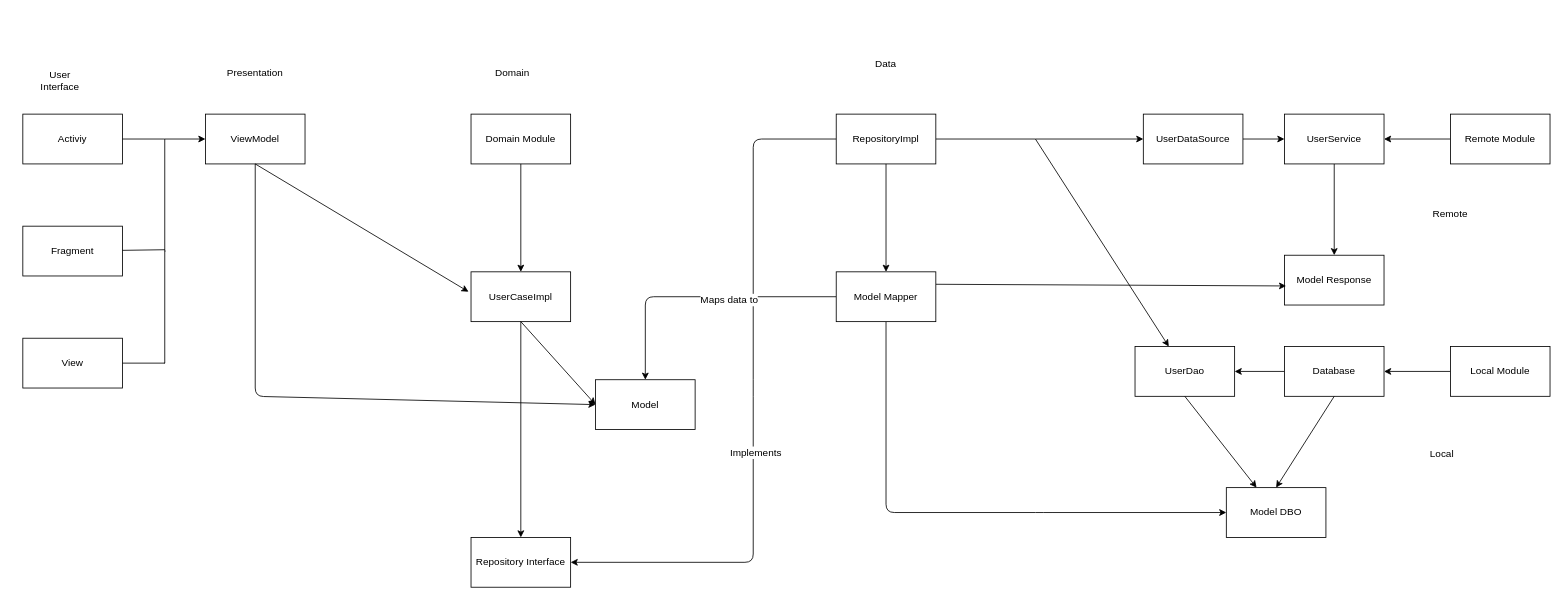
Earlier version of the draw.io diagram Untitled Diagram.drawio (vancuong0429/MultipleModule). Source tidied: cells renumbered, new cells numbered last; positions are measured from the earlier drawing's top-left corner, leaving out a move shared by most shapes. Both pictures are drawn from the tidied source at 83%, with x=0, y=0 at pixel (22, 56). Pictures stored in the file or linked from it are replaced by grey dashed boxes.
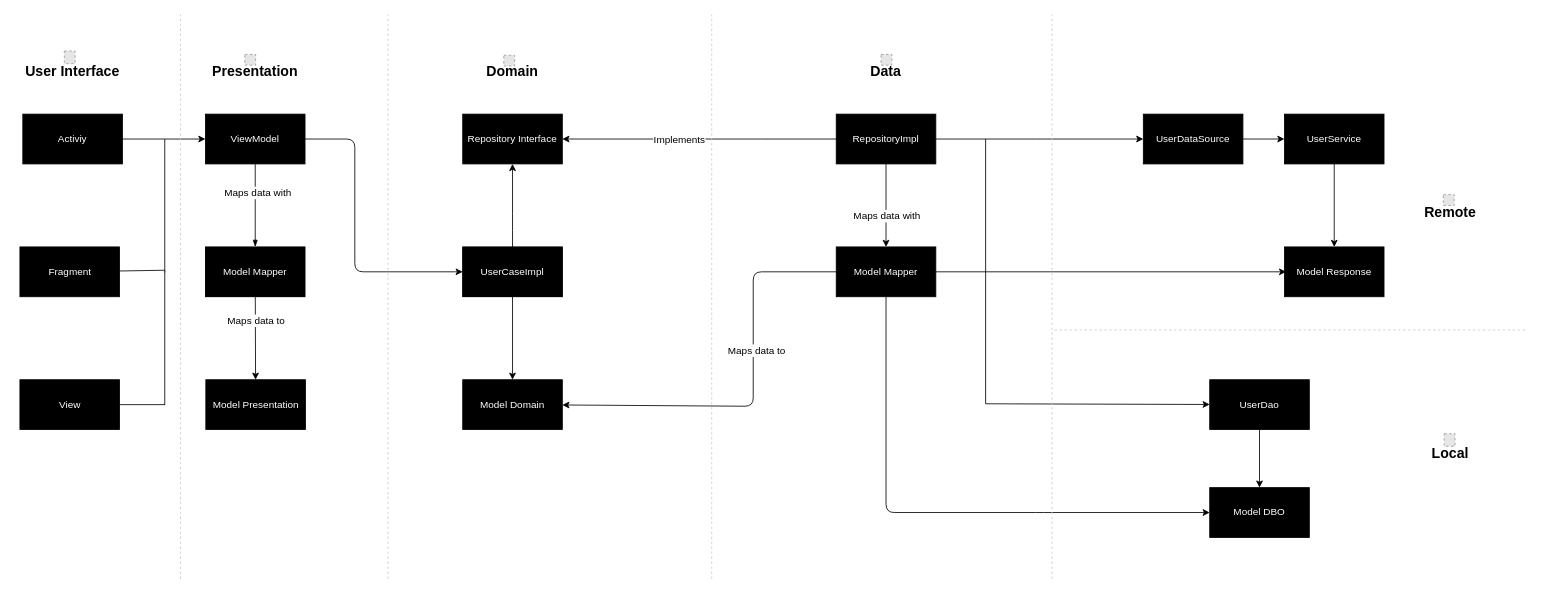
After the change.

Commit message:
Finish diagram multimodule

The change refers to these unchanged cells:
```xml
<mxCell id="40" style="endArrow=classic;html=1;exitX=0.5;exitY=1;exitDx=0;exitDy=0;entryX=0.5;entryY=0;entryDx=0;entryDy=0;" parent="1" edge="1" source="38" target="39">
  <mxGeometry relative="1" as="geometry" />
</mxCell>
```

Diff of the diagram source:
```diff
@@
-    <mxCell id="3" value="UserDataSource" style="rounded=0;whiteSpace=wrap;html=1;" parent="1" vertex="1">
+    <mxCell id="3" value="&lt;font color=&quot;#ffffff&quot;&gt;UserDataSource&lt;/font&gt;" style="rounded=0;whiteSpace=wrap;html=1;fillColor=#000000;" parent="1" vertex="1">
       <mxGeometry x="1350" y="70" width="120" height="60" as="geometry" />
     </mxCell>
@@
-    <mxCell id="5" value="UserService" style="rounded=0;whiteSpace=wrap;html=1;" parent="1" vertex="1">
+    <mxCell id="5" value="&lt;font color=&quot;#ffffff&quot;&gt;UserService&lt;/font&gt;" style="rounded=0;whiteSpace=wrap;html=1;fillColor=#000000;" parent="1" vertex="1">
       <mxGeometry x="1520" y="70" width="120" height="60" as="geometry" />
     </mxCell>
-    <mxCell id="6" value="Model Response" style="rounded=0;whiteSpace=wrap;html=1;" parent="1" vertex="1">
-      <mxGeometry x="1520" y="240" width="120" height="60" as="geometry" />
+    <mxCell id="6" value="&lt;font color=&quot;#ffffff&quot;&gt;Model Response&lt;/font&gt;" style="rounded=0;whiteSpace=wrap;html=1;fillColor=#000000;" parent="1" vertex="1">
+      <mxGeometry x="1520" y="230" width="120" height="60" as="geometry" />
     </mxCell>
-    <mxCell id="7" style="edgeStyle=orthogonalEdgeStyle;rounded=0;jettySize=auto;html=1;" parent="1" edge="1" source="8" target="5">
-      <mxGeometry relative="1" as="geometry" />
-    </mxCell>
-    <mxCell id="8" value="Remote Module" style="rounded=0;whiteSpace=wrap;html=1;" parent="1" vertex="1">
-      <mxGeometry x="1720" y="70" width="120" height="60" as="geometry" />
-    </mxCell>
-    <mxCell id="9" value="Remote" style="text;html=1;strokeColor=none;fillColor=none;align=center;verticalAlign=middle;whiteSpace=wrap;rounded=0;" parent="1" vertex="1">
+    <mxCell id="9" value="Remote" style="text;html=1;strokeColor=none;fillColor=none;align=center;verticalAlign=middle;whiteSpace=wrap;rounded=0;fontSize=17;fontStyle=1;" parent="1" vertex="1">
       <mxGeometry x="1700" y="180" width="40" height="20" as="geometry" />
     </mxCell>
-    <mxCell id="10" value="Local" style="text;html=1;strokeColor=none;fillColor=none;align=center;verticalAlign=middle;whiteSpace=wrap;rounded=0;" parent="1" vertex="1">
-      <mxGeometry x="1690" y="470" width="40" height="20" as="geometry" />
+    <mxCell id="10" value="Local" style="text;html=1;strokeColor=none;fillColor=none;align=center;verticalAlign=middle;whiteSpace=wrap;rounded=0;fontStyle=1;fontSize=17;" parent="1" vertex="1">
+      <mxGeometry x="1700" y="470" width="40" height="20" as="geometry" />
     </mxCell>
-    <mxCell id="11" value="Model DBO" style="rounded=0;whiteSpace=wrap;html=1;" parent="1" vertex="1">
-      <mxGeometry x="1450" y="520" width="120" height="60" as="geometry" />
+    <mxCell id="11" value="&lt;font color=&quot;#ffffff&quot;&gt;Model DBO&lt;/font&gt;" style="rounded=0;whiteSpace=wrap;html=1;fillColor=#000000;" parent="1" vertex="1">
+      <mxGeometry x="1430" y="520" width="120" height="60" as="geometry" />
     </mxCell>
-    <mxCell id="12" style="edgeStyle=orthogonalEdgeStyle;rounded=0;jettySize=auto;html=1;" parent="1" edge="1" source="13" target="42">
-      <mxGeometry relative="1" as="geometry" />
-    </mxCell>
-    <mxCell id="13" value="Local Module" style="rounded=0;whiteSpace=wrap;html=1;" parent="1" vertex="1">
-      <mxGeometry x="1720" y="350" width="120" height="60" as="geometry" />
-    </mxCell>
-    <mxCell id="14" style="edgeStyle=orthogonalEdgeStyle;rounded=0;jettySize=auto;html=1;" parent="1" edge="1" source="42" target="15">
-      <mxGeometry relative="1" as="geometry" />
-    </mxCell>
+    <mxCell id="16" style="edgeStyle=none;rounded=0;jumpStyle=sharp;jumpSize=0;jettySize=auto;html=1;startArrow=none;startFill=0;endArrow=classic;endFill=1;strokeColor=#000000;" parent="1" edge="1" source="15" target="11">
+      <mxGeometry relative="1" as="geometry" />
+    </mxCell>
-    <mxCell id="15" value="UserDao" style="rounded=0;whiteSpace=wrap;html=1;" parent="1" vertex="1">
-      <mxGeometry x="1340" y="350" width="120" height="60" as="geometry" />
+    <mxCell id="15" value="&lt;font color=&quot;#ffffff&quot;&gt;UserDao&lt;/font&gt;" style="rounded=0;whiteSpace=wrap;html=1;fillColor=#000000;" parent="1" vertex="1">
+      <mxGeometry x="1430" y="390" width="120" height="60" as="geometry" />
     </mxCell>
-    <mxCell id="16" style="endArrow=classic;html=1;exitX=0.5;exitY=1;exitDx=0;exitDy=0;" parent="1" edge="1" source="15" target="11">
-      <mxGeometry relative="1" as="geometry" />
-    </mxCell>
@@
     <mxCell id="19" style="rounded=0;jettySize=auto;html=1;" parent="1" edge="1" target="15">
       <mxGeometry relative="1" as="geometry">
-        <mxPoint x="1220" y="100" as="sourcePoint" />
+        <mxPoint x="1160" y="100" as="sourcePoint" />
+        <Array as="points">
+          <mxPoint x="1160" y="419" />
+        </Array>
       </mxGeometry>
     </mxCell>
@@
-    <mxCell id="21" value="Repository Interface" style="rounded=0;whiteSpace=wrap;html=1;strokeWidth=1;" parent="1" vertex="1">
-      <mxGeometry x="540" y="580" width="120" height="60" as="geometry" />
-    </mxCell>
-    <mxCell id="22" value="Model" style="rounded=0;whiteSpace=wrap;html=1;strokeWidth=1;" parent="1" vertex="1">
-      <mxGeometry x="690" y="390" width="120" height="60" as="geometry" />
-    </mxCell>
     <mxCell id="23" style="endArrow=classic;html=1;exitX=0;exitY=0.5;exitDx=0;exitDy=0;" parent="1" edge="1" source="38" target="21">
       <mxGeometry relative="1" as="geometry">
         <Array as="points">
           <mxPoint x="880" y="100" />
-          <mxPoint x="880" y="400" />
-          <mxPoint x="880" y="610" />
+          <mxPoint x="790" y="100" />
         </Array>
       </mxGeometry>
     </mxCell>
     <mxCell id="24" value="Implements" style="text;html=1;align=center;verticalAlign=middle;labelBackgroundColor=#ffffff;" parent="23" vertex="1">
-      <mxGeometry x="0.15" y="2" relative="1" as="geometry" />
+      <mxGeometry x="0.15" y="2" relative="1" as="geometry">
+        <mxPoint y="-2" as="offset" />
+      </mxGeometry>
     </mxCell>
     <mxCell id="25" style="endArrow=classic;html=1;exitX=0;exitY=0.5;exitDx=0;exitDy=0;" parent="1" edge="1" source="39" target="22">
       <mxGeometry relative="1" as="geometry">
         <Array as="points">
-          <mxPoint x="750" y="290" />
+          <mxPoint x="880" y="260" />
+          <mxPoint x="880" y="422" />
         </Array>
       </mxGeometry>
     </mxCell>
@@
-    <mxCell id="27" value="Domain" style="text;html=1;strokeColor=none;fillColor=none;align=center;verticalAlign=middle;whiteSpace=wrap;rounded=0;" parent="1" vertex="1">
+    <mxCell id="27" value="Domain" style="text;html=1;strokeColor=none;fillColor=none;align=center;verticalAlign=middle;whiteSpace=wrap;rounded=0;fontStyle=1;fontSize=17;" parent="1" vertex="1">
       <mxGeometry x="570" y="10" width="40" height="20" as="geometry" />
     </mxCell>
-    <mxCell id="28" style="endArrow=classic;html=1;exitX=1;exitY=0.25;exitDx=0;exitDy=0;entryX=0.017;entryY=0.617;entryDx=0;entryDy=0;entryPerimeter=0;" parent="1" edge="1" source="39" target="6">
+    <mxCell id="28" style="endArrow=classic;html=1;exitX=1;exitY=0.5;exitDx=0;exitDy=0;entryX=0.017;entryY=0.5;entryDx=0;entryDy=0;entryPerimeter=0;" parent="1" edge="1" source="39" target="6">
       <mxGeometry relative="1" as="geometry" />
     </mxCell>
@@
-    <mxCell id="30" style="group;" parent="1" vertex="1">
-      <mxGeometry x="540" y="70" width="120" height="60" as="geometry" />
-    </mxCell>
-    <mxCell id="31" value="Domain Module" style="rounded=0;whiteSpace=wrap;html=1;strokeWidth=1;" parent="30" vertex="1">
-      <mxGeometry width="120" height="60" as="geometry" />
-    </mxCell>
-    <mxCell id="32" style="endArrow=classic;html=1;" parent="30" edge="1" target="35">
-      <mxGeometry relative="1" as="geometry">
-        <mxPoint x="60" y="60" as="sourcePoint" />
-      </mxGeometry>
-    </mxCell>
-    <mxCell id="33" style="group;" parent="1" vertex="1">
-      <mxGeometry x="540" y="260" width="120" height="60" as="geometry" />
-    </mxCell>
-    <mxCell id="34" style="group;" parent="33" vertex="1">
-      <mxGeometry width="120" height="60" as="geometry" />
-    </mxCell>
-    <mxCell id="35" value="UserCaseImpl" style="rounded=0;whiteSpace=wrap;html=1;strokeWidth=1;" parent="34" vertex="1">
-      <mxGeometry width="120" height="60" as="geometry" />
-    </mxCell>
-    <mxCell id="36" style="endArrow=classic;html=1;" parent="1" edge="1" source="35" target="21">
-      <mxGeometry relative="1" as="geometry" />
+    <mxCell id="36" style="endArrow=classic;html=1;exitX=0.5;exitY=0;exitDx=0;exitDy=0;entryX=0.5;entryY=1;entryDx=0;entryDy=0;" parent="1" edge="1" source="35" target="21">
+      <mxGeometry relative="1" as="geometry">
+        <Array as="points">
+          <mxPoint x="590" y="200" />
+        </Array>
+      </mxGeometry>
     </mxCell>
-    <mxCell id="37" style="endArrow=classic;html=1;entryX=0;entryY=0.5;entryDx=0;entryDy=0;" parent="1" edge="1" target="22">
-      <mxGeometry relative="1" as="geometry">
-        <mxPoint x="600" y="320" as="sourcePoint" />
-      </mxGeometry>
+    <mxCell id="37" style="endArrow=classic;html=1;entryX=0.5;entryY=0;entryDx=0;entryDy=0;exitX=0.5;exitY=1;exitDx=0;exitDy=0;" parent="1" edge="1" source="35" target="22">
+      <mxGeometry relative="1" as="geometry" />
     </mxCell>
-    <mxCell id="38" value="RepositoryImpl" style="rounded=0;whiteSpace=wrap;html=1;" parent="1" vertex="1">
-      <mxGeometry x="980" y="70" width="120" height="60" as="geometry" />
-    </mxCell>
-    <mxCell id="39" value="Model Mapper" style="rounded=0;whiteSpace=wrap;html=1;" parent="1" vertex="1">
-      <mxGeometry x="980" y="260" width="120" height="60" as="geometry" />
+    <mxCell id="39" value="&lt;font color=&quot;#ffffff&quot;&gt;Model Mapper&lt;/font&gt;" style="rounded=0;whiteSpace=wrap;html=1;fillColor=#000000;" parent="1" vertex="1">
+      <mxGeometry x="980" y="230" width="120" height="60" as="geometry" />
     </mxCell>
@@
-    <mxCell id="41" style="group;" parent="1" vertex="1">
-      <mxGeometry x="1520" y="350" width="120" height="60" as="geometry" />
-    </mxCell>
-    <mxCell id="42" value="Database" style="rounded=0;whiteSpace=wrap;html=1;" parent="41" vertex="1">
-      <mxGeometry width="120" height="60" as="geometry" />
-    </mxCell>
-    <mxCell id="43" style="endArrow=classic;html=1;exitX=0.5;exitY=1;exitDx=0;exitDy=0;entryX=0.5;entryY=0;entryDx=0;entryDy=0;" parent="41" edge="1" source="42" target="11">
-      <mxGeometry relative="1" as="geometry" />
-    </mxCell>
-    <mxCell id="44" value="ViewModel" style="rounded=0;whiteSpace=wrap;html=1;strokeWidth=1;" parent="1" vertex="1">
-      <mxGeometry x="220" y="70" width="120" height="60" as="geometry" />
-    </mxCell>
+    <mxCell id="59" value="Maps data with" style="text;html=1;align=center;verticalAlign=middle;labelBackgroundColor=#ffffff;" parent="40" vertex="1">
+      <mxGeometry x="0.23" relative="1" as="geometry" />
+    </mxCell>
-    <mxCell id="45" style="endArrow=classic;html=1;exitX=0.5;exitY=1;exitDx=0;exitDy=0;entryX=-0.025;entryY=0.4;entryDx=0;entryDy=0;entryPerimeter=0;" parent="1" edge="1" source="44" target="35">
-      <mxGeometry relative="1" as="geometry" />
+    <mxCell id="45" style="endArrow=classic;html=1;exitX=1;exitY=0.5;exitDx=0;exitDy=0;entryX=0;entryY=0.5;entryDx=0;entryDy=0;" parent="1" edge="1" source="44" target="35">
+      <mxGeometry relative="1" as="geometry">
+        <Array as="points">
+          <mxPoint x="400" y="100" />
+          <mxPoint x="400" y="260" />
+        </Array>
+      </mxGeometry>
     </mxCell>
-    <mxCell id="46" style="endArrow=classic;html=1;exitX=0.5;exitY=1;exitDx=0;exitDy=0;entryX=0;entryY=0.5;entryDx=0;entryDy=0;" parent="1" edge="1" source="44" target="22">
-      <mxGeometry relative="1" as="geometry">
-        <Array as="points">
-          <mxPoint x="280" y="410" />
-        </Array>
-      </mxGeometry>
-    </mxCell>
-    <mxCell id="47" value="Data" style="text;html=1;strokeColor=none;fillColor=none;align=center;verticalAlign=middle;whiteSpace=wrap;rounded=0;" parent="1" vertex="1">
-      <mxGeometry x="1020" width="40" height="20" as="geometry" />
+    <mxCell id="47" value="Data" style="text;html=1;strokeColor=none;fillColor=none;align=center;verticalAlign=middle;whiteSpace=wrap;rounded=0;fontStyle=1;fontSize=17;" parent="1" vertex="1">
+      <mxGeometry x="1020" y="10" width="40" height="20" as="geometry" />
     </mxCell>
-    <mxCell id="48" value="Presentation" style="text;html=1;strokeColor=none;fillColor=none;align=center;verticalAlign=middle;whiteSpace=wrap;rounded=0;" parent="1" vertex="1">
+    <mxCell id="48" value="Presentation" style="text;html=1;strokeColor=none;fillColor=none;align=center;verticalAlign=middle;whiteSpace=wrap;rounded=0;fontStyle=1;fontSize=17;" parent="1" vertex="1">
       <mxGeometry x="260" y="10" width="40" height="20" as="geometry" />
     </mxCell>
-    <mxCell id="49" value="Activiy" style="rounded=0;whiteSpace=wrap;html=1;strokeWidth=1;" parent="1" vertex="1">
+    <mxCell id="49" value="&lt;font color=&quot;#ffffff&quot;&gt;Activiy&lt;/font&gt;" style="rounded=0;whiteSpace=wrap;html=1;strokeWidth=1;fillColor=#000000;" parent="1" vertex="1">
       <mxGeometry y="70" width="120" height="60" as="geometry" />
     </mxCell>
-    <mxCell id="50" value="Fragment" style="rounded=0;whiteSpace=wrap;html=1;strokeWidth=1;" parent="1" vertex="1">
-      <mxGeometry y="205" width="120" height="60" as="geometry" />
+    <mxCell id="50" value="&lt;font color=&quot;#ffffff&quot;&gt;Fragment&lt;/font&gt;" style="rounded=0;whiteSpace=wrap;html=1;strokeWidth=1;fillColor=#000000;" parent="1" vertex="1">
+      <mxGeometry x="-3.5" y="230" width="120" height="60" as="geometry" />
     </mxCell>
-    <mxCell id="51" value="View" style="rounded=0;whiteSpace=wrap;html=1;strokeWidth=1;" parent="1" vertex="1">
-      <mxGeometry y="340" width="120" height="60" as="geometry" />
-    </mxCell>
@@
     <mxCell id="53" style="strokeWidth=1;html=1;shape=mxgraph.flowchart.annotation_2;align=left;direction=west;" parent="1" vertex="1">
-      <mxGeometry x="170" y="100" width="2" height="270" as="geometry" />
+      <mxGeometry x="170" y="100" width="2" height="320" as="geometry" />
     </mxCell>
@@
-    <mxCell id="58" value="User Interface" style="text;html=1;strokeColor=none;fillColor=none;align=center;verticalAlign=middle;whiteSpace=wrap;rounded=0;" parent="1" vertex="1">
-      <mxGeometry x="10" y="20" width="70" height="20" as="geometry" />
+    <mxCell id="58" value="User Interface" style="text;html=1;strokeColor=none;fillColor=none;align=center;verticalAlign=middle;whiteSpace=wrap;rounded=0;fontStyle=1;fontSize=17;" parent="1" vertex="1">
+      <mxGeometry x="-10" y="10" width="140" height="20" as="geometry" />
     </mxCell>
+    <mxCell id="60" style="group;" parent="1" vertex="1">
+      <mxGeometry x="220" y="70" width="120" height="60" as="geometry" />
+    </mxCell>
+    <mxCell id="44" value="&lt;font color=&quot;#ffffff&quot;&gt;ViewModel&lt;/font&gt;" style="rounded=0;whiteSpace=wrap;html=1;strokeWidth=1;fillColor=#000000;" parent="60" vertex="1">
+      <mxGeometry width="120" height="60" as="geometry" />
+    </mxCell>
+    <mxCell id="61" style="edgeStyle=none;rounded=0;jumpStyle=sharp;jettySize=auto;html=1;startArrow=blockThin;startFill=1;endArrow=none;endFill=0;" parent="1" edge="1" source="68" target="44">
+      <mxGeometry relative="1" as="geometry" />
+    </mxCell>
+    <mxCell id="62" value="Maps data with" style="text;html=1;align=center;verticalAlign=middle;labelBackgroundColor=#ffffff;" parent="61" vertex="1">
+      <mxGeometry x="0.31" y="-2" relative="1" as="geometry" />
+    </mxCell>
+    <mxCell id="63" style="edgeStyle=none;rounded=0;jumpStyle=sharp;jettySize=auto;html=1;startArrow=none;startFill=0;endArrow=classic;endFill=1;" parent="1" edge="1" source="68" target="66">
+      <mxGeometry relative="1" as="geometry" />
+    </mxCell>
+    <mxCell id="64" value="Maps data to" style="text;html=1;align=center;verticalAlign=middle;labelBackgroundColor=#ffffff;" parent="63" vertex="1">
+      <mxGeometry x="-0.43" relative="1" as="geometry" />
+    </mxCell>
+    <mxCell id="65" style="edgeStyle=none;rounded=0;jumpStyle=sharp;orthogonalLoop=1;jettySize=auto;html=1;exitX=0;exitY=0.5;exitDx=0;exitDy=0;exitPerimeter=0;entryX=1;entryY=0.5;entryDx=0;entryDy=0;entryPerimeter=0;startArrow=none;startFill=0;endArrow=classic;endFill=1;strokeColor=none;jumpSize=0;" parent="1" edge="1">
+      <mxGeometry relative="1" as="geometry">
+        <mxPoint x="420" y="285" as="sourcePoint" />
+        <mxPoint x="430" y="285" as="targetPoint" />
+      </mxGeometry>
+    </mxCell>
+    <mxCell id="21" value="&lt;font color=&quot;#ffffff&quot;&gt;Repository Interface&lt;/font&gt;" style="rounded=0;whiteSpace=wrap;html=1;strokeWidth=1;fillColor=#000000;" parent="1" vertex="1">
+      <mxGeometry x="530" y="70" width="120" height="60" as="geometry" />
+    </mxCell>
+    <mxCell id="22" value="&lt;font color=&quot;#ffffff&quot;&gt;Model Domain&lt;/font&gt;" style="rounded=0;whiteSpace=wrap;html=1;strokeWidth=1;fillColor=#000000;" parent="1" vertex="1">
+      <mxGeometry x="530" y="390" width="120" height="60" as="geometry" />
+    </mxCell>
+    <mxCell id="33" style="group;fillColor=#000000;" parent="1" vertex="1">
+      <mxGeometry x="530" y="230" width="120" height="60" as="geometry" />
+    </mxCell>
+    <mxCell id="34" style="group;fillColor=#000000;" parent="33" vertex="1">
+      <mxGeometry width="120" height="60" as="geometry" />
+    </mxCell>
+    <mxCell id="35" value="&lt;font color=&quot;#ffffff&quot;&gt;UserCaseImpl&lt;/font&gt;" style="rounded=0;whiteSpace=wrap;html=1;strokeWidth=1;fillColor=#000000;" parent="34" vertex="1">
+      <mxGeometry width="120" height="60" as="geometry" />
+    </mxCell>
+    <mxCell id="38" value="&lt;font color=&quot;#ffffff&quot;&gt;RepositoryImpl&lt;/font&gt;" style="rounded=0;whiteSpace=wrap;html=1;fillColor=#000000;" parent="1" vertex="1">
+      <mxGeometry x="980" y="70" width="120" height="60" as="geometry" />
+    </mxCell>
+    <mxCell id="51" value="&lt;font color=&quot;#ffffff&quot;&gt;View&lt;/font&gt;" style="rounded=0;whiteSpace=wrap;html=1;strokeWidth=1;fillColor=#000000;" parent="1" vertex="1">
+      <mxGeometry x="-3.5" y="390" width="120" height="60" as="geometry" />
+    </mxCell>
+    <mxCell id="66" value="&lt;font color=&quot;#ffffff&quot;&gt;Model Presentation&lt;/font&gt;" style="rounded=0;whiteSpace=wrap;html=1;strokeWidth=1;fillColor=#000000;" parent="1" vertex="1">
+      <mxGeometry x="220.5" y="390" width="120" height="60" as="geometry" />
+    </mxCell>
+    <mxCell id="67" style="group;fillColor=#000000;" parent="1" vertex="1">
+      <mxGeometry x="220" y="230" width="120" height="60" as="geometry" />
+    </mxCell>
+    <mxCell id="68" value="&lt;font color=&quot;#ffffff&quot;&gt;Model Mapper&lt;/font&gt;" style="rounded=0;whiteSpace=wrap;html=1;strokeWidth=1;fillColor=#000000;" parent="67" vertex="1">
+      <mxGeometry width="120" height="60" as="geometry" />
+    </mxCell>
+    <mxCell id="69" style="fillColor=#E6E6E6;strokeColor=#999999;dashed=1;verticalLabelPosition=bottom;verticalAlign=top;fontSize=17;" parent="1" vertex="1">
+      <mxGeometry x="1711.5" y="167" width="13" height="13" as="geometry" />
+    </mxCell>
+    <mxCell id="70" style="fillColor=#E6E6E6;strokeColor=#999999;dashed=1;verticalLabelPosition=bottom;verticalAlign=top;fontSize=17;" parent="1" vertex="1">
+      <mxGeometry x="1712.5" y="455" width="13" height="15.2" as="geometry" />
+    </mxCell>
+    <mxCell id="71" style="fillColor=#E6E6E6;strokeColor=#999999;dashed=1;verticalLabelPosition=bottom;verticalAlign=top;fontSize=17;" parent="1" vertex="1">
+      <mxGeometry x="1034" y="-2" width="13" height="13" as="geometry" />
+    </mxCell>
+    <mxCell id="72" style="fillColor=#E6E6E6;strokeColor=#999999;dashed=1;verticalLabelPosition=bottom;verticalAlign=top;fontSize=17;" parent="1" vertex="1">
+      <mxGeometry x="267.5" y="-2" width="13" height="13" as="geometry" />
+    </mxCell>
+    <mxCell id="73" style="fillColor=#E6E6E6;strokeColor=#999999;dashed=1;verticalLabelPosition=bottom;verticalAlign=top;fontSize=17;" parent="1" vertex="1">
+      <mxGeometry x="579.5" y="-1" width="13" height="13" as="geometry" />
+    </mxCell>
+    <mxCell id="74" style="fillColor=#E6E6E6;strokeColor=#999999;dashed=1;verticalLabelPosition=bottom;verticalAlign=top;fontSize=17;" parent="1" vertex="1">
+      <mxGeometry x="50" y="-6" width="13" height="15.2" as="geometry" />
+    </mxCell>
+    <mxCell id="75" style="endArrow=none;dashed=1;html=1;strokeColor=#CCCCCC;fontSize=17;" parent="1" edge="1">
+      <mxGeometry relative="1" as="geometry">
+        <mxPoint x="1240" y="630" as="sourcePoint" />
+        <mxPoint x="1240" y="-50" as="targetPoint" />
+      </mxGeometry>
+    </mxCell>
+    <mxCell id="76" style="endArrow=none;dashed=1;html=1;strokeColor=#CCCCCC;fontSize=17;" parent="1" edge="1">
+      <mxGeometry relative="1" as="geometry">
+        <mxPoint x="1810" y="330" as="sourcePoint" />
+        <mxPoint x="1240" y="330" as="targetPoint" />
+      </mxGeometry>
+    </mxCell>
+    <mxCell id="77" style="endArrow=none;dashed=1;html=1;strokeColor=#CCCCCC;fontSize=17;" parent="1" edge="1">
+      <mxGeometry relative="1" as="geometry">
+        <mxPoint x="830" y="630" as="sourcePoint" />
+        <mxPoint x="830" y="-50" as="targetPoint" />
+      </mxGeometry>
+    </mxCell>
+    <mxCell id="78" style="endArrow=none;dashed=1;html=1;strokeColor=#CCCCCC;fontSize=17;" parent="1" edge="1">
+      <mxGeometry relative="1" as="geometry">
+        <mxPoint x="440" y="630" as="sourcePoint" />
+        <mxPoint x="440" y="-50" as="targetPoint" />
+      </mxGeometry>
+    </mxCell>
+    <mxCell id="79" style="endArrow=none;dashed=1;html=1;strokeColor=#CCCCCC;fontSize=17;" parent="1" edge="1">
+      <mxGeometry relative="1" as="geometry">
+        <mxPoint x="190" y="630" as="sourcePoint" />
+        <mxPoint x="190" y="-50" as="targetPoint" />
+      </mxGeometry>
+    </mxCell>
```
